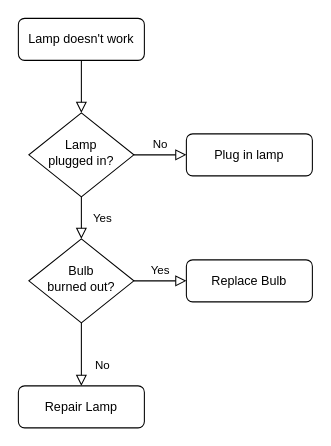
Before: Untitled Diagram.drawio in Othryades/eth-linea-bridge, a draw.io diagram. Source tidied: cells renumbered, new cells numbered last; positions are measured from the earlier drawing's top-left corner, leaving out a move shared by most shapes. Both pictures are drawn from the tidied source at 105%, with x=0, y=0 at pixel (18, 18).
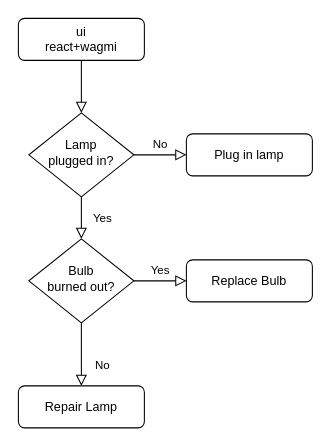
The same page after the edit.

Diff of the diagram source:
```diff
@@
 <mxGraphModel>
   <root>
     <mxCell id="0" />
     <mxCell id="1" parent="0" />
     <mxCell id="2" style="rounded=0;html=1;jettySize=auto;fontSize=11;endArrow=block;endFill=0;endSize=8;strokeWidth=1;shadow=0;labelBackgroundColor=none;edgeStyle=orthogonalEdgeStyle;" parent="1" edge="1" source="3" target="6">
       <mxGeometry relative="1" as="geometry" />
     </mxCell>
-    <mxCell id="3" value="Lamp doesn't work" style="rounded=1;whiteSpace=wrap;html=1;fontSize=12;glass=0;strokeWidth=1;shadow=0;" parent="1" vertex="1">
+    <mxCell id="3" value="ui&lt;div&gt;react+wagmi&lt;/div&gt;" style="rounded=1;whiteSpace=wrap;html=1;fontSize=12;glass=0;strokeWidth=1;shadow=0;" parent="1" vertex="1">
       <mxGeometry width="120" height="40" as="geometry" />
     </mxCell>
     <mxCell id="4" value="Yes" style="rounded=0;html=1;jettySize=auto;fontSize=11;endArrow=block;endFill=0;endSize=8;strokeWidth=1;shadow=0;labelBackgroundColor=none;edgeStyle=orthogonalEdgeStyle;" parent="1" edge="1" source="6" target="10">
       <mxGeometry y="20" relative="1" as="geometry" />
     </mxCell>
     <mxCell id="5" value="No" style="edgeStyle=orthogonalEdgeStyle;rounded=0;html=1;jettySize=auto;fontSize=11;endArrow=block;endFill=0;endSize=8;strokeWidth=1;shadow=0;labelBackgroundColor=none;" parent="1" edge="1" source="6" target="7">
       <mxGeometry y="10" relative="1" as="geometry" />
     </mxCell>
     <mxCell id="6" value="Lamp&lt;br&gt;plugged in?" style="rhombus;whiteSpace=wrap;html=1;shadow=0;fontFamily=Helvetica;fontSize=12;align=center;strokeWidth=1;spacing=6;spacingTop=-4;" parent="1" vertex="1">
       <mxGeometry x="10" y="90" width="100" height="80" as="geometry" />
     </mxCell>
     <mxCell id="7" value="Plug in lamp" style="rounded=1;whiteSpace=wrap;html=1;fontSize=12;glass=0;strokeWidth=1;shadow=0;" parent="1" vertex="1">
       <mxGeometry x="160" y="110" width="120" height="40" as="geometry" />
     </mxCell>
     <mxCell id="8" value="No" style="rounded=0;html=1;jettySize=auto;fontSize=11;endArrow=block;endFill=0;endSize=8;strokeWidth=1;shadow=0;labelBackgroundColor=none;edgeStyle=orthogonalEdgeStyle;" parent="1" edge="1" source="10" target="11">
       <mxGeometry x="0.33" y="20" relative="1" as="geometry" />
     </mxCell>
     <mxCell id="9" value="Yes" style="edgeStyle=orthogonalEdgeStyle;rounded=0;html=1;jettySize=auto;fontSize=11;endArrow=block;endFill=0;endSize=8;strokeWidth=1;shadow=0;labelBackgroundColor=none;" parent="1" edge="1" source="10" target="12">
       <mxGeometry y="10" relative="1" as="geometry" />
     </mxCell>
     <mxCell id="10" value="Bulb&lt;br&gt;burned out?" style="rhombus;whiteSpace=wrap;html=1;shadow=0;fontFamily=Helvetica;fontSize=12;align=center;strokeWidth=1;spacing=6;spacingTop=-4;" parent="1" vertex="1">
       <mxGeometry x="10" y="210" width="100" height="80" as="geometry" />
     </mxCell>
     <mxCell id="11" value="Repair Lamp" style="rounded=1;whiteSpace=wrap;html=1;fontSize=12;glass=0;strokeWidth=1;shadow=0;" parent="1" vertex="1">
       <mxGeometry y="350" width="120" height="40" as="geometry" />
     </mxCell>
     <mxCell id="12" value="Replace Bulb" style="rounded=1;whiteSpace=wrap;html=1;fontSize=12;glass=0;strokeWidth=1;shadow=0;" parent="1" vertex="1">
       <mxGeometry x="160" y="230" width="120" height="40" as="geometry" />
     </mxCell>
   </root>
 </mxGraphModel>
```
